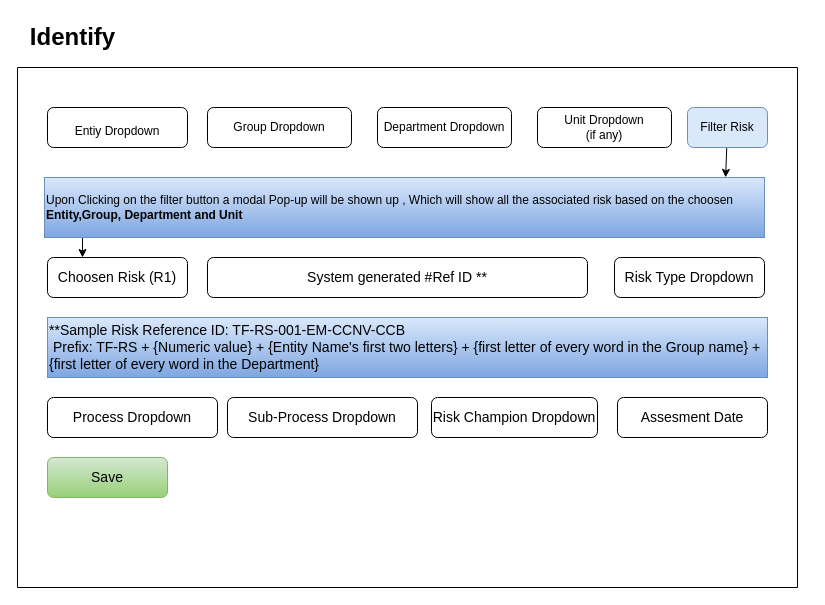
Above: page "Risk Identification Stage" (2 of 4) of screens.drawio in iRM-Somnath/GRC (draw.io), before the change. Source tidied: cells renumbered, new cells numbered last; positions are measured from the earlier drawing's top-left corner, leaving out a move shared by most shapes. Both pictures are drawn from the tidied source at 100%, with x=0, y=0 at pixel (17, 17).
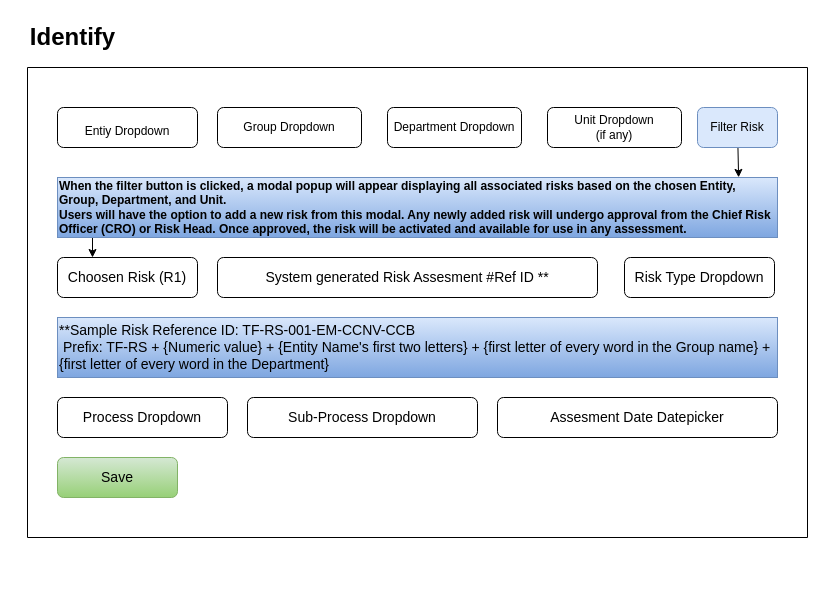
The same diagram, later.

Commit message (it also covers changes not shown here):
Inherent Risk Assesment Stage

The edit, as a diff of the source:
```diff
@@
     <mxCell id="2" style="swimlane;startSize=0;fontSize=24;" parent="1" vertex="1">
-      <mxGeometry y="50" width="780" height="520" as="geometry" />
+      <mxGeometry x="10" y="50" width="780" height="470" as="geometry" />
     </mxCell>
@@
-    <mxCell id="8" value="Upon Clicking on the filter button a modal Pop-up will be shown up , Which will show all the associated risk based on the choosen&amp;nbsp;&lt;br&gt;&lt;b&gt;Entity,Group, Department and Unit&lt;/b&gt;" style="rounded=0;whiteSpace=wrap;html=1;fontSize=12;fillColor=#dae8fc;gradientColor=#7ea6e0;strokeColor=#6c8ebf;align=left;" parent="2" vertex="1">
-      <mxGeometry x="27" y="110" width="720" height="60" as="geometry" />
+    <mxCell id="8" value="&lt;b&gt;When the filter button is clicked, a modal popup will appear displaying all associated risks based on the chosen Entity, Group, Department, and Unit. &lt;br&gt;Users will have the option to add a new risk from this modal. Any newly added risk will undergo approval from the Chief Risk Officer (CRO) or Risk Head. Once approved, the risk will be activated and available for use in any assessment.&lt;/b&gt;" style="rounded=0;whiteSpace=wrap;html=1;fontSize=12;fillColor=#dae8fc;gradientColor=#7ea6e0;strokeColor=#6c8ebf;align=left;" parent="2" vertex="1">
+      <mxGeometry x="30" y="110" width="720" height="60" as="geometry" />
     </mxCell>
@@
-    <mxCell id="12" value="System generated #Ref ID **" style="rounded=1;whiteSpace=wrap;html=1;fontSize=14;" parent="2" vertex="1">
+    <mxCell id="12" value="System generated Risk Assesment #Ref ID **" style="rounded=1;whiteSpace=wrap;html=1;fontSize=14;" parent="2" vertex="1">
       <mxGeometry x="190" y="190" width="380" height="40" as="geometry" />
     </mxCell>
@@
     <mxCell id="15" value="Sub-Process Dropdown" style="rounded=1;whiteSpace=wrap;html=1;fontSize=14;" parent="2" vertex="1">
-      <mxGeometry x="210" y="330" width="190" height="40" as="geometry" />
+      <mxGeometry x="220" y="330" width="230" height="40" as="geometry" />
     </mxCell>
@@
-    <mxCell id="17" value="Risk Champion Dropdown" style="rounded=1;whiteSpace=wrap;html=1;fontSize=14;" parent="2" vertex="1">
-      <mxGeometry x="414" y="330" width="166" height="40" as="geometry" />
-    </mxCell>
-    <mxCell id="18" value="Assesment Date" style="rounded=1;whiteSpace=wrap;html=1;fontSize=14;" parent="2" vertex="1">
-      <mxGeometry x="600" y="330" width="150" height="40" as="geometry" />
+    <mxCell id="18" value="Assesment Date Datepicker" style="rounded=1;whiteSpace=wrap;html=1;fontSize=14;" parent="2" vertex="1">
+      <mxGeometry x="470" y="330" width="280" height="40" as="geometry" />
     </mxCell>
```
